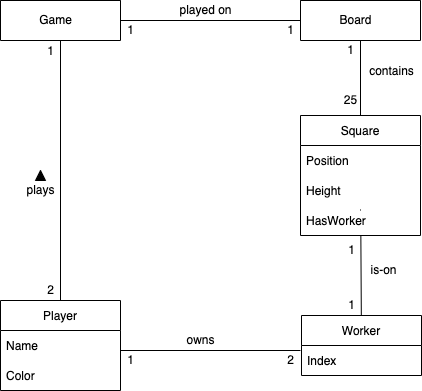
The draw.io diagram domain-model.png in RozayC/test, before a commit. Source tidied: cells renumbered, new cells last; positions are measured from the earlier drawing's top-left corner, leaving out a move shared by most shapes.
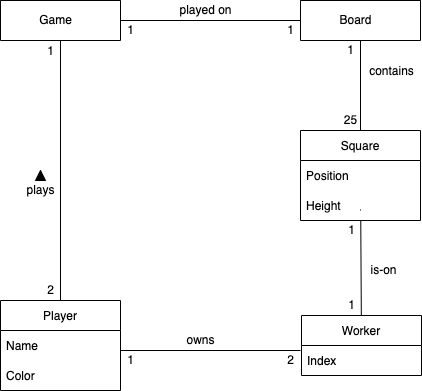
Later version of the same file.

What changed in the source:
```diff
@@ -87,13 +87,13 @@
       <mxGeometry x="341" y="295" width="20" height="20" as="geometry" />
     </mxCell>
     <mxCell id="28" value="1" style="text;html=1;align=center;verticalAlign=middle;fillColor=none;strokeColor=none;rounded=0;" parent="1" vertex="1">
-      <mxGeometry x="341" y="240" width="20" height="20" as="geometry" />
+      <mxGeometry x="341" y="220" width="20" height="20" as="geometry" />
     </mxCell>
     <mxCell id="29" value="1" style="text;html=1;align=center;verticalAlign=middle;fillColor=none;strokeColor=none;rounded=0;" parent="1" vertex="1">
       <mxGeometry x="340" y="40" width="20" height="20" as="geometry" />
     </mxCell>
     <mxCell id="30" value="25" style="text;html=1;align=center;verticalAlign=middle;fillColor=none;strokeColor=none;rounded=0;" parent="1" vertex="1">
-      <mxGeometry x="335" y="90" width="30" height="20" as="geometry" />
+      <mxGeometry x="335" y="110" width="30" height="20" as="geometry" />
     </mxCell>
     <mxCell id="31" value="1" style="text;html=1;align=center;verticalAlign=middle;fillColor=none;strokeColor=none;rounded=0;" parent="1" vertex="1">
       <mxGeometry x="120" y="20" width="20" height="20" as="geometry" />
@@ -102,7 +102,7 @@
       <mxGeometry x="280" y="20" width="20" height="20" as="geometry" />
     </mxCell>
     <mxCell id="33" value="Square" style="swimlane;fontStyle=0;horizontal=1;startSize=30;" parent="1" vertex="1">
-      <mxGeometry x="300" y="115" width="120" height="120" as="geometry" />
+      <mxGeometry x="300" y="130" width="120" height="90" as="geometry" />
     </mxCell>
     <mxCell id="34" value="Position" style="text;strokeColor=none;fillColor=none;align=left;verticalAlign=middle;spacingLeft=4;spacingRight=4;overflow=hidden;" parent="33" vertex="1">
       <mxGeometry y="30" width="120" height="30" as="geometry" />
@@ -110,8 +110,5 @@
     <mxCell id="35" value="Height" style="text;strokeColor=none;fillColor=none;align=left;verticalAlign=middle;spacingLeft=4;spacingRight=4;overflow=hidden;" parent="33" vertex="1">
       <mxGeometry y="60" width="120" height="30" as="geometry" />
     </mxCell>
-    <mxCell id="36" value="HasWorker" style="text;strokeColor=none;fillColor=none;align=left;verticalAlign=middle;spacingLeft=4;spacingRight=4;overflow=hidden;" parent="33" vertex="1">
-      <mxGeometry y="90" width="120" height="30" as="geometry" />
-    </mxCell>
   </root>
 </mxGraphModel>
```
